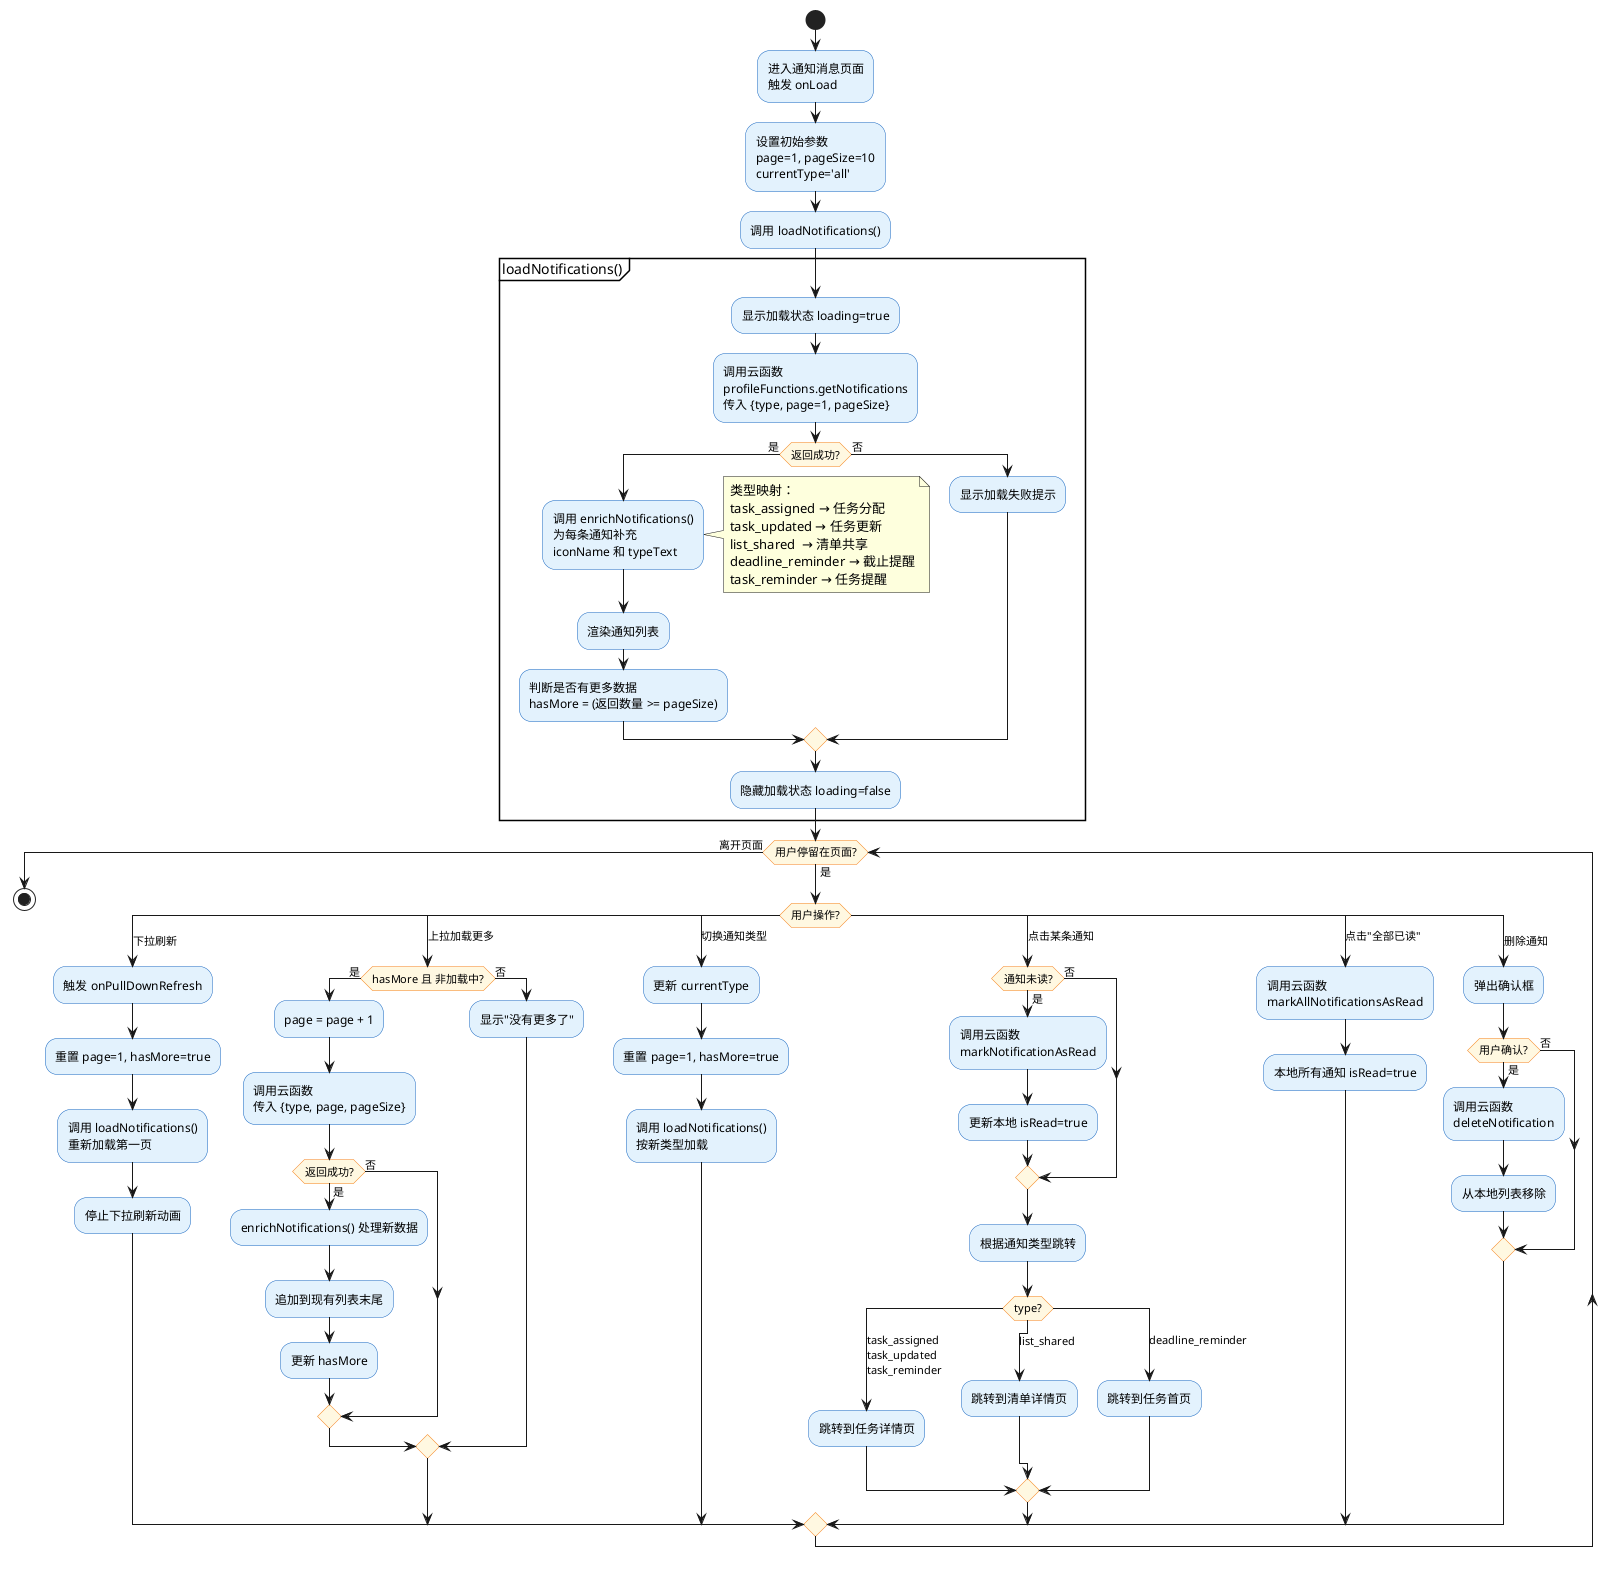
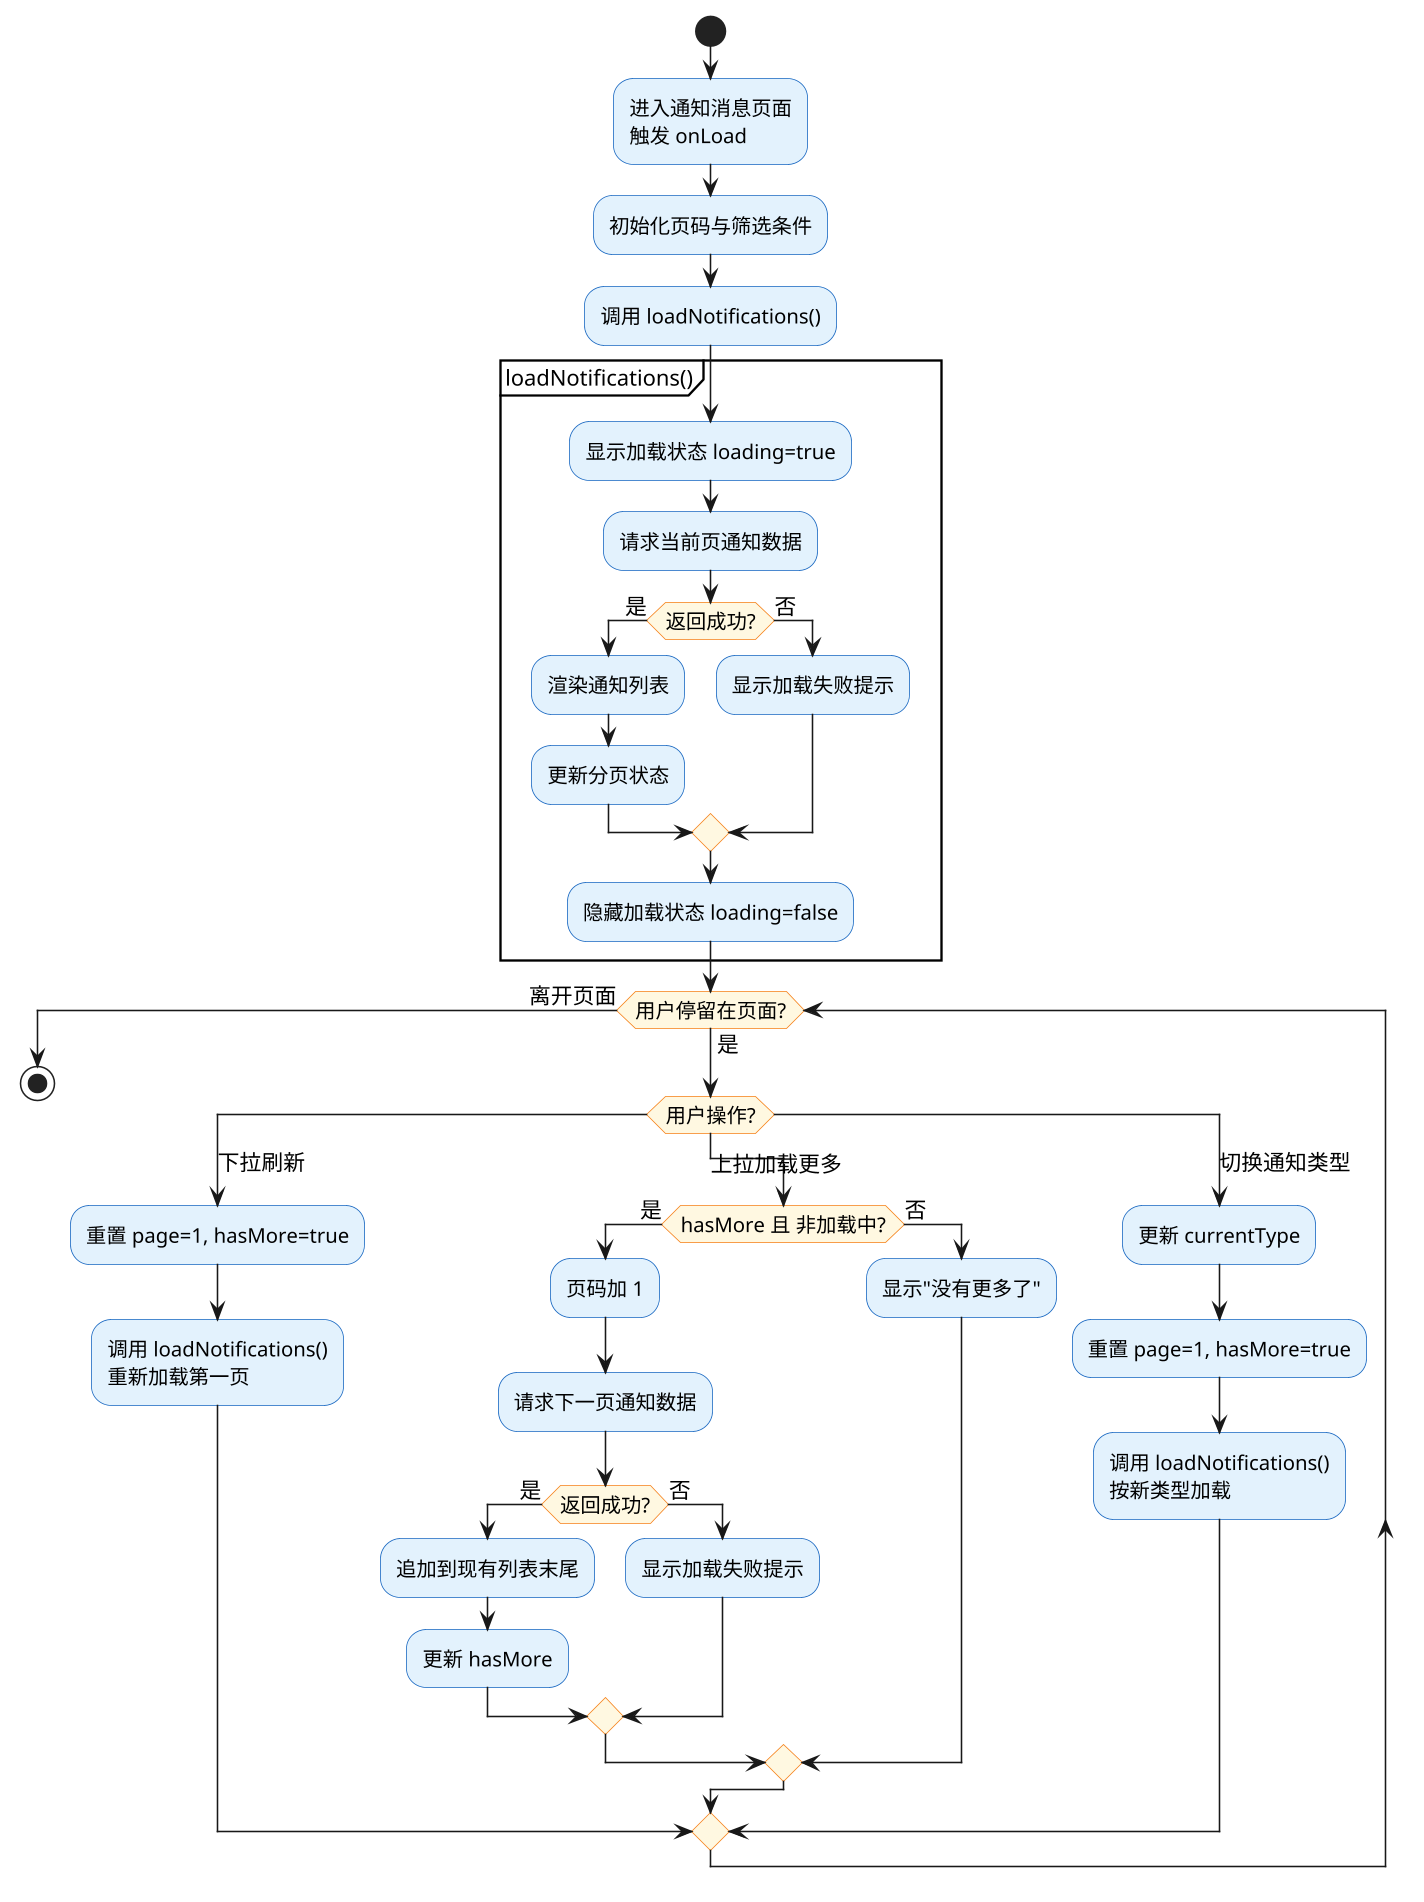
@startuml 通知消息加载流程图
' 图5.15 通知消息加载流程图
' 渲染：复制到 https://www.plantuml.com/plantuml/uml

skinparam activity {
  BackgroundColor #E3F2FD
  BorderColor #1565C0
  DiamondBackgroundColor #FFF8E1
  DiamondBorderColor #F57F17
}

+ skinparam defaultFontSize 14
+ skinparam activityFontSize 13
+ skinparam dpi 150
+ 
start

:进入通知消息页面\n触发 onLoad;

- :设置初始参数\npage=1, pageSize=10\ncurrentType='all';
+ :初始化页码与筛选条件;

:调用 loadNotifications();

partition "loadNotifications()" {
  :显示加载状态 loading=true;

-   :调用云函数\nprofileFunctions.getNotifications\n传入 {type, page=1, pageSize};
+   :请求当前页通知数据;

  if (返回成功?) then (是)
-     :调用 enrichNotifications()\n为每条通知补充\niconName 和 typeText;
- 
-     note right
-       类型映射：
-       task_assigned → 任务分配
-       task_updated → 任务更新
-       list_shared  → 清单共享
-       deadline_reminder → 截止提醒
-       task_reminder → 任务提醒
-     end note
- 
    :渲染通知列表;
-     :判断是否有更多数据\nhasMore = (返回数量 >= pageSize);
+     :更新分页状态;
  else (否)
    :显示加载失败提示;
  endif

  :隐藏加载状态 loading=false;
}

- ' ===== 用户交互循环 =====
while (用户停留在页面?) is (是)

  switch (用户操作?)

  case (下拉刷新)
-     :触发 onPullDownRefresh;
    :重置 page=1, hasMore=true;
    :调用 loadNotifications()\n重新加载第一页;
-     :停止下拉刷新动画;

  case (上拉加载更多)
    if (hasMore 且 非加载中?) then (是)
-       :page = page + 1;
-       :调用云函数\n传入 {type, page, pageSize};
+       :页码加 1;
+       :请求下一页通知数据;
      if (返回成功?) then (是)
-         :enrichNotifications() 处理新数据;
        :追加到现有列表末尾;
        :更新 hasMore;
      else (否)
+         :显示加载失败提示;
      endif
    else (否)
      :显示"没有更多了";
    endif

  case (切换通知类型)
    :更新 currentType;
    :重置 page=1, hasMore=true;
    :调用 loadNotifications()\n按新类型加载;

-   case (点击某条通知)
-     if (通知未读?) then (是)
-       :调用云函数\nmarkNotificationAsRead;
-       :更新本地 isRead=true;
-     else (否)
-     endif
- 
-     :根据通知类型跳转;
-     switch (type?)
-     case (task_assigned\ntask_updated\ntask_reminder)
-       :跳转到任务详情页;
-     case (list_shared)
-       :跳转到清单详情页;
-     case (deadline_reminder)
-       :跳转到任务首页;
-     endswitch
- 
-   case (点击"全部已读")
-     :调用云函数\nmarkAllNotificationsAsRead;
-     :本地所有通知 isRead=true;
- 
-   case (删除通知)
-     :弹出确认框;
-     if (用户确认?) then (是)
-       :调用云函数\ndeleteNotification;
-       :从本地列表移除;
-     else (否)
-     endif
- 
  endswitch

endwhile (离开页面)

stop

@enduml
